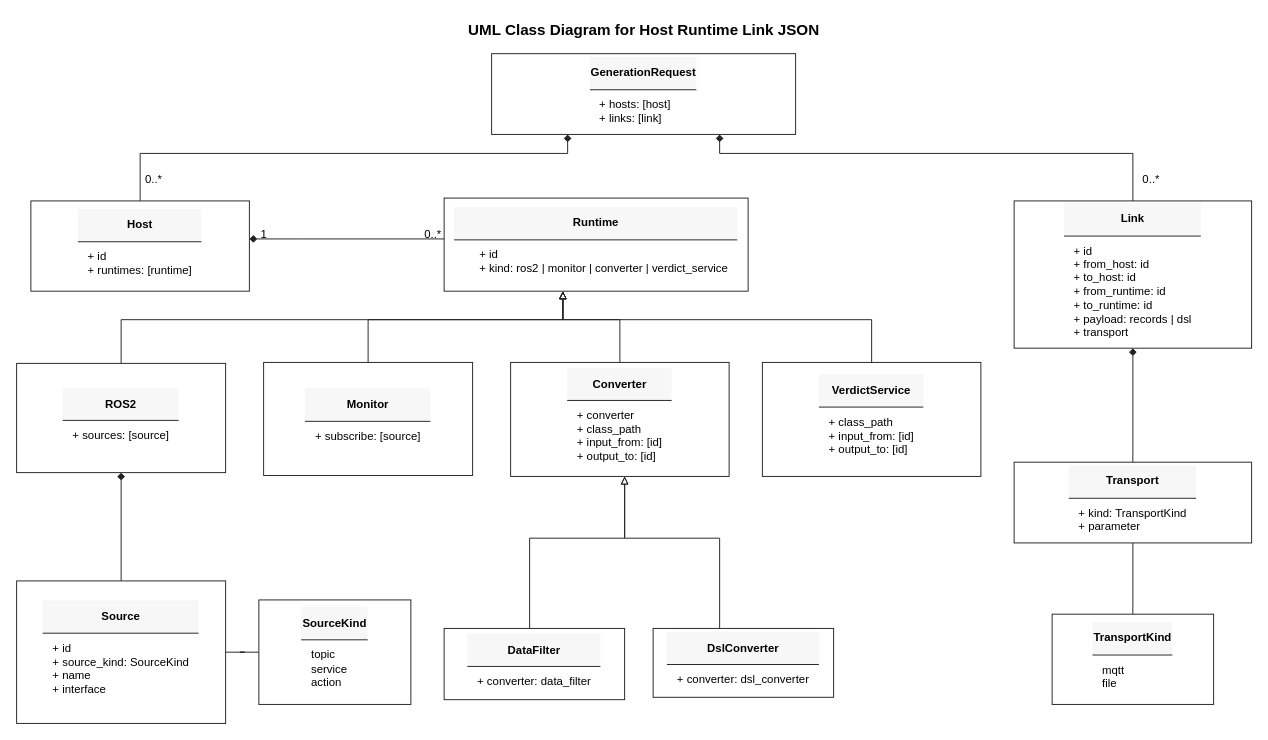
The draw.io diagram Thesis/Pseudocode/uml_class_diagram.drawio in Jin-Shikai/ROS2-Monitor-Infra, before the edit. Source tidied: cells renumbered, new cells numbered last; positions are measured from the earlier drawing's top-left corner, leaving out a move shared by most shapes. Both pictures are drawn from the tidied source at 95%, with x=0, y=0 at pixel (16, 16).
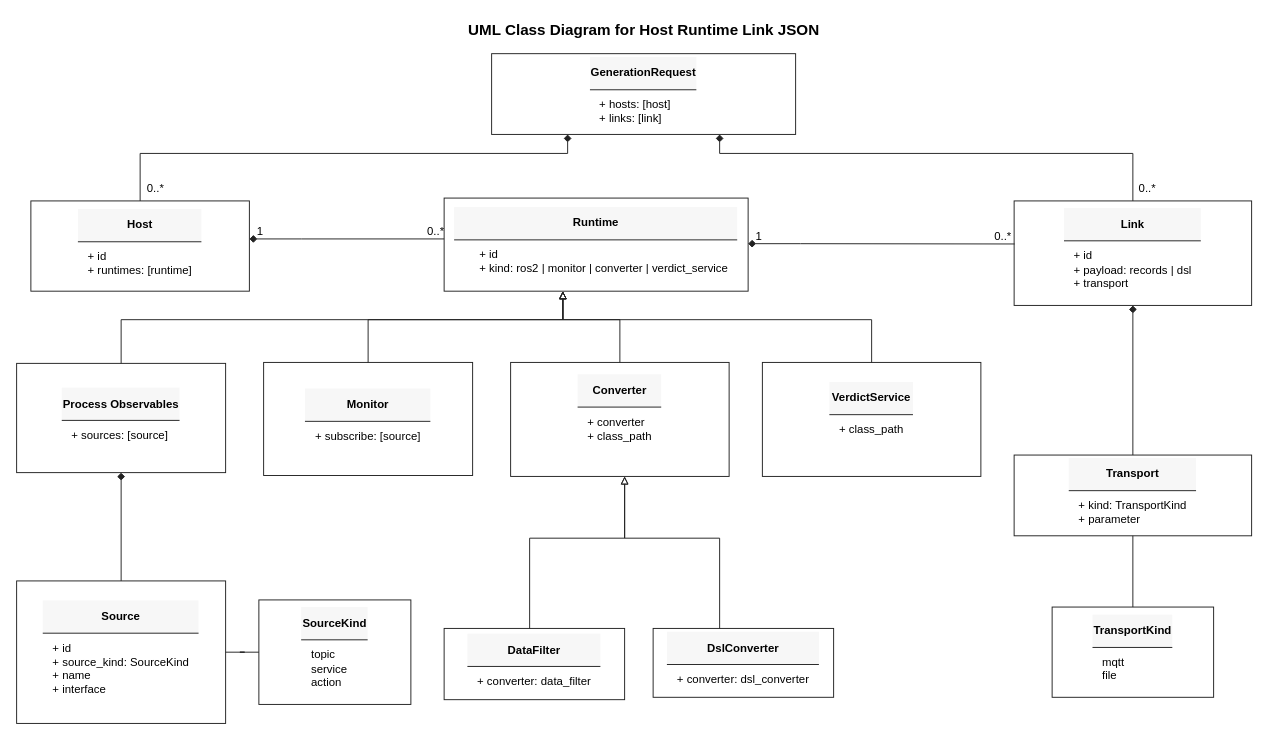
Above is the later version.

Diff of the diagram source:
```diff
@@
-    <mxCell id="5" value="&lt;table style=&quot;width:100%;height:100%;border-collapse:collapse;&quot;&gt;&lt;tbody&gt;&lt;tr&gt;&lt;td style=&quot;height: 32px; text-align: center; font-weight: bold; background-color: rgb(247, 247, 247);&quot;&gt;Link&lt;/td&gt;&lt;/tr&gt;&lt;tr&gt;&lt;td style=&quot;border-top: 1px solid rgb(34, 34, 34); text-align: left; vertical-align: top; padding: 8px 10px;&quot;&gt;+ id&lt;br&gt;+ from_host: id&lt;br&gt;+ to_host: id&lt;br&gt;+ from_runtime: id&lt;br&gt;+ to_runtime: id&lt;br&gt;+ payload: records | dsl&lt;br&gt;+ transport&lt;/td&gt;&lt;/tr&gt;&lt;/tbody&gt;&lt;/table&gt;" style="rounded=0;whiteSpace=wrap;html=1;fillColor=#ffffff;strokeColor=#222222;fontFamily=Arial;fontSize=12;align=center;verticalAlign=middle;" parent="1" vertex="1">
-      <mxGeometry x="1050" y="194" width="250" height="155" as="geometry" />
+    <mxCell id="5" value="&lt;table style=&quot;width:100%;height:100%;border-collapse:collapse;&quot;&gt;&lt;tbody&gt;&lt;tr&gt;&lt;td style=&quot;height: 32px; text-align: center; font-weight: bold; background-color: rgb(247, 247, 247);&quot;&gt;Link&lt;/td&gt;&lt;/tr&gt;&lt;tr&gt;&lt;td style=&quot;border-top: 1px solid rgb(34, 34, 34); text-align: left; vertical-align: top; padding: 8px 10px;&quot;&gt;+ id&lt;br&gt;+ payload: records | dsl&lt;br&gt;+ transport&lt;/td&gt;&lt;/tr&gt;&lt;/tbody&gt;&lt;/table&gt;" style="rounded=0;whiteSpace=wrap;html=1;fillColor=#ffffff;strokeColor=#222222;fontFamily=Arial;fontSize=12;align=center;verticalAlign=middle;" parent="1" vertex="1">
+      <mxGeometry x="1050" y="194" width="250" height="110" as="geometry" />
     </mxCell>
@@
     <mxCell id="7" value="&lt;table style=&quot;width:100%;height:100%;border-collapse:collapse;&quot;&gt;&lt;tbody&gt;&lt;tr&gt;&lt;td style=&quot;height: 32px; text-align: center; font-weight: bold; background-color: rgb(247, 247, 247);&quot;&gt;Transport&lt;/td&gt;&lt;/tr&gt;&lt;tr&gt;&lt;td style=&quot;border-top: 1px solid rgb(34, 34, 34); text-align: left; vertical-align: top; padding: 8px 10px;&quot;&gt;+ kind: TransportKind&lt;br&gt;+ parameter&lt;/td&gt;&lt;/tr&gt;&lt;/tbody&gt;&lt;/table&gt;" style="rounded=0;whiteSpace=wrap;html=1;fillColor=#ffffff;strokeColor=#222222;fontFamily=Arial;fontSize=12;align=center;verticalAlign=middle;" parent="1" vertex="1">
-      <mxGeometry x="1050" y="469" width="250" height="85" as="geometry" />
+      <mxGeometry x="1050" y="461.5" width="250" height="85" as="geometry" />
     </mxCell>
     <mxCell id="8" value="&lt;table style=&quot;width:100%;height:100%;border-collapse:collapse;&quot;&gt;&lt;tr&gt;&lt;td style=&quot;height:32px;text-align:center;font-weight:bold;background-color:#f7f7f7;&quot;&gt;TransportKind&lt;/td&gt;&lt;/tr&gt;&lt;tr&gt;&lt;td style=&quot;border-top:1px solid #222222;text-align:left;vertical-align:top;padding:8px 10px;&quot;&gt;mqtt&lt;br&gt;file&lt;/td&gt;&lt;/tr&gt;&lt;/table&gt;" style="rounded=0;whiteSpace=wrap;html=1;fillColor=#ffffff;strokeColor=#222222;fontFamily=Arial;fontSize=12;align=center;verticalAlign=middle;" parent="1" vertex="1">
-      <mxGeometry x="1090" y="629" width="170" height="95" as="geometry" />
+      <mxGeometry x="1090" y="621.5" width="170" height="95" as="geometry" />
     </mxCell>
-    <mxCell id="9" value="&lt;table style=&quot;width:100%;height:100%;border-collapse:collapse;&quot;&gt;&lt;tbody&gt;&lt;tr&gt;&lt;td style=&quot;height: 32px; text-align: center; font-weight: bold; background-color: rgb(247, 247, 247);&quot;&gt;ROS2&lt;/td&gt;&lt;/tr&gt;&lt;tr&gt;&lt;td style=&quot;border-top: 1px solid rgb(34, 34, 34); text-align: left; vertical-align: top; padding: 8px 10px;&quot;&gt;+ sources: [source]&lt;/td&gt;&lt;/tr&gt;&lt;/tbody&gt;&lt;/table&gt;" style="rounded=0;whiteSpace=wrap;html=1;fillColor=#ffffff;strokeColor=#222222;fontFamily=Arial;fontSize=12;align=center;verticalAlign=middle;" parent="1" vertex="1">
+    <mxCell id="9" value="&lt;table style=&quot;width:100%;height:100%;border-collapse:collapse;&quot;&gt;&lt;tbody&gt;&lt;tr&gt;&lt;td style=&quot;height: 32px; text-align: center; font-weight: bold; background-color: rgb(247, 247, 247);&quot;&gt;Process Observables&lt;/td&gt;&lt;/tr&gt;&lt;tr&gt;&lt;td style=&quot;border-top: 1px solid rgb(34, 34, 34); text-align: left; vertical-align: top; padding: 8px 10px;&quot;&gt;+ sources: [source]&lt;/td&gt;&lt;/tr&gt;&lt;/tbody&gt;&lt;/table&gt;" style="rounded=0;whiteSpace=wrap;html=1;fillColor=#ffffff;strokeColor=#222222;fontFamily=Arial;fontSize=12;align=center;verticalAlign=middle;" parent="1" vertex="1">
       <mxGeometry y="365" width="220" height="115" as="geometry" />
     </mxCell>
@@
-    <mxCell id="11" value="&lt;table style=&quot;width:100%;height:100%;border-collapse:collapse;&quot;&gt;&lt;tbody&gt;&lt;tr&gt;&lt;td style=&quot;height: 32px; text-align: center; font-weight: bold; background-color: rgb(247, 247, 247);&quot;&gt;Converter&lt;/td&gt;&lt;/tr&gt;&lt;tr&gt;&lt;td style=&quot;border-top: 1px solid rgb(34, 34, 34); text-align: left; vertical-align: top; padding: 8px 10px;&quot;&gt;+ converter&lt;br&gt;+ class_path&lt;br&gt;+ input_from: [id]&lt;br&gt;+ output_to: [id]&lt;/td&gt;&lt;/tr&gt;&lt;/tbody&gt;&lt;/table&gt;" style="rounded=0;whiteSpace=wrap;html=1;fillColor=#ffffff;strokeColor=#222222;fontFamily=Arial;fontSize=12;align=center;verticalAlign=middle;" parent="1" vertex="1">
+    <mxCell id="11" value="&lt;table style=&quot;width:100%;height:100%;border-collapse:collapse;&quot;&gt;&lt;tbody&gt;&lt;tr&gt;&lt;td style=&quot;height: 32px; text-align: center; font-weight: bold; background-color: rgb(247, 247, 247);&quot;&gt;Converter&lt;/td&gt;&lt;/tr&gt;&lt;tr&gt;&lt;td style=&quot;border-top: 1px solid rgb(34, 34, 34); text-align: left; vertical-align: top; padding: 8px 10px;&quot;&gt;+ converter&lt;br&gt;+ class_path&lt;br&gt;&lt;br&gt;&lt;/td&gt;&lt;/tr&gt;&lt;/tbody&gt;&lt;/table&gt;" style="rounded=0;whiteSpace=wrap;html=1;fillColor=#ffffff;strokeColor=#222222;fontFamily=Arial;fontSize=12;align=center;verticalAlign=middle;" parent="1" vertex="1">
       <mxGeometry x="520" y="364" width="230" height="120" as="geometry" />
     </mxCell>
-    <mxCell id="12" value="&lt;table style=&quot;width:100%;height:100%;border-collapse:collapse;&quot;&gt;&lt;tbody&gt;&lt;tr&gt;&lt;td style=&quot;height: 32px; text-align: center; font-weight: bold; background-color: rgb(247, 247, 247);&quot;&gt;VerdictService&lt;/td&gt;&lt;/tr&gt;&lt;tr&gt;&lt;td style=&quot;border-top: 1px solid rgb(34, 34, 34); text-align: left; vertical-align: top; padding: 8px 10px;&quot;&gt;+ class_path&lt;br&gt;+ input_from: [id]&lt;br&gt;+ output_to: [id]&lt;/td&gt;&lt;/tr&gt;&lt;/tbody&gt;&lt;/table&gt;" style="rounded=0;whiteSpace=wrap;html=1;fillColor=#ffffff;strokeColor=#222222;fontFamily=Arial;fontSize=12;align=center;verticalAlign=middle;" parent="1" vertex="1">
+    <mxCell id="12" value="&lt;table style=&quot;width:100%;height:100%;border-collapse:collapse;&quot;&gt;&lt;tbody&gt;&lt;tr&gt;&lt;td style=&quot;height: 32px; text-align: center; font-weight: bold; background-color: rgb(247, 247, 247);&quot;&gt;VerdictService&lt;/td&gt;&lt;/tr&gt;&lt;tr&gt;&lt;td style=&quot;border-top: 1px solid rgb(34, 34, 34); text-align: left; vertical-align: top; padding: 8px 10px;&quot;&gt;+ class_path&lt;br&gt;&lt;br&gt;&lt;/td&gt;&lt;/tr&gt;&lt;/tbody&gt;&lt;/table&gt;" style="rounded=0;whiteSpace=wrap;html=1;fillColor=#ffffff;strokeColor=#222222;fontFamily=Arial;fontSize=12;align=center;verticalAlign=middle;" parent="1" vertex="1">
       <mxGeometry x="785" y="364" width="230" height="120" as="geometry" />
     </mxCell>
@@
     <mxCell id="19" value="0..*" style="text;html=1;strokeColor=none;fillColor=none;align=center;verticalAlign=middle;fontFamily=Arial;fontSize=12;" parent="1" vertex="1">
-      <mxGeometry x="120" y="162" width="48" height="20" as="geometry" />
+      <mxGeometry x="122" y="171" width="48" height="20" as="geometry" />
     </mxCell>
     <mxCell id="20" value="0..*" style="text;html=1;strokeColor=none;fillColor=none;align=center;verticalAlign=middle;fontFamily=Arial;fontSize=12;" parent="1" vertex="1">
-      <mxGeometry x="1170" y="162" width="48" height="20" as="geometry" />
+      <mxGeometry x="1166" y="171" width="48" height="20" as="geometry" />
     </mxCell>
@@
     <mxCell id="22" value="1" style="text;html=1;strokeColor=none;fillColor=none;align=center;verticalAlign=middle;fontFamily=Arial;fontSize=12;" parent="1" vertex="1">
-      <mxGeometry x="245" y="219" width="30" height="20" as="geometry" />
+      <mxGeometry x="241" y="216" width="30" height="20" as="geometry" />
     </mxCell>
     <mxCell id="23" value="0..*" style="text;html=1;strokeColor=none;fillColor=none;align=center;verticalAlign=middle;fontFamily=Arial;fontSize=12;" parent="1" vertex="1">
-      <mxGeometry x="415" y="219" width="45" height="20" as="geometry" />
+      <mxGeometry x="418" y="216" width="45" height="20" as="geometry" />
     </mxCell>
@@
+    <mxCell id="34" style="edgeStyle=orthogonalEdgeStyle;rounded=0;jettySize=auto;html=1;strokeColor=#222222;fontFamily=Arial;fontSize=12;startArrow=diamond;startFill=1;endArrow=none;entryX=0.002;entryY=0.412;entryDx=0;entryDy=0;entryPerimeter=0;" parent="1" edge="1" target="5">
+      <mxGeometry x="0.02" y="-10" relative="1" as="geometry">
+        <mxPoint x="770" y="239" as="sourcePoint" />
+        <Array as="points">
+          <mxPoint x="825" y="239" />
+        </Array>
+      </mxGeometry>
+    </mxCell>
+    <mxCell id="35" value="1" style="text;html=1;strokeColor=none;fillColor=none;align=center;verticalAlign=middle;fontFamily=Arial;fontSize=12;" parent="1" vertex="1">
+      <mxGeometry x="766" y="222" width="30" height="20" as="geometry" />
+    </mxCell>
+    <mxCell id="36" value="0..*" style="text;html=1;strokeColor=none;fillColor=none;align=center;verticalAlign=middle;fontFamily=Arial;fontSize=12;" parent="1" vertex="1">
+      <mxGeometry x="1015" y="222" width="45" height="20" as="geometry" />
+    </mxCell>
```
